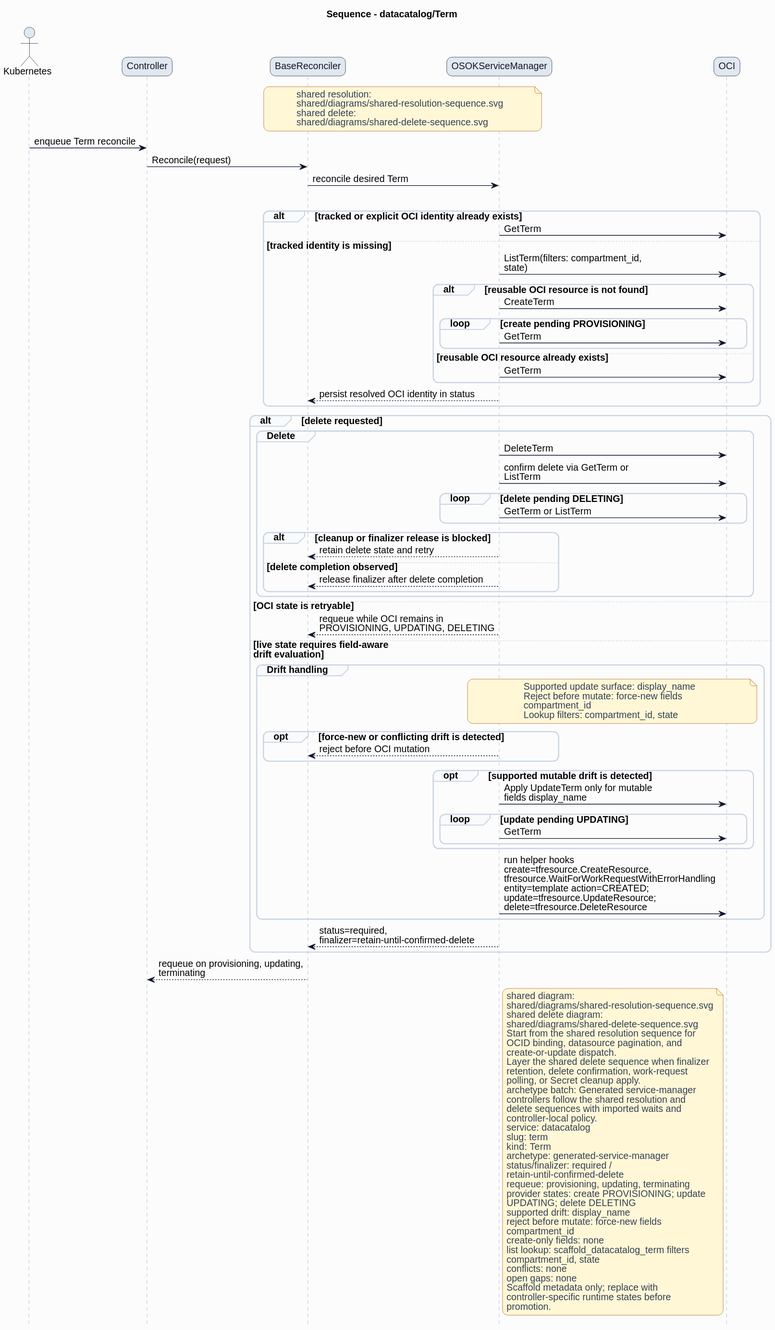
Before: formal/controllers/datacatalog/term/diagrams/sequence.svg, a diagram exported from PlantUML (HaoyL666/oci-service-operator).
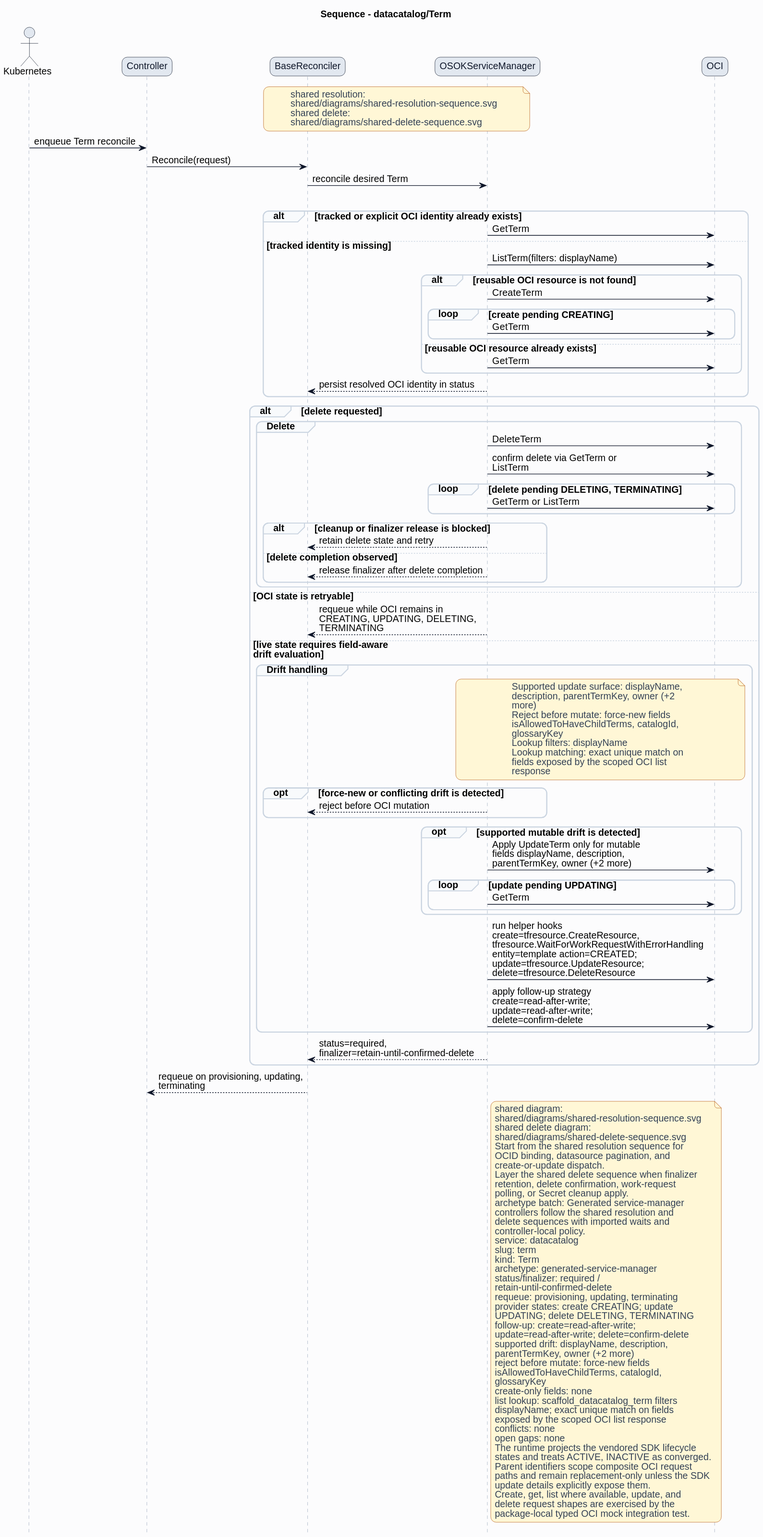
After the commit.

What changed in the source:
```diff
@@ -38,10 +38,10 @@
 alt tracked or explicit OCI identity already exists
 ServiceManager -> OCI: GetTerm
 else tracked identity is missing
-ServiceManager -> OCI: ListTerm(filters: compartment_id,\nstate)
+ServiceManager -> OCI: ListTerm(filters: displayName)
 alt reusable OCI resource is not found
 ServiceManager -> OCI: CreateTerm
-loop create pending PROVISIONING
+loop create pending CREATING
 ServiceManager -> OCI: GetTerm
 end
 else reusable OCI resource already exists
@@ -53,7 +53,7 @@
 group Delete
 ServiceManager -> OCI: DeleteTerm
 ServiceManager -> OCI: confirm delete via GetTerm or\nListTerm
-loop delete pending DELETING
+loop delete pending DELETING, TERMINATING
 ServiceManager -> OCI: GetTerm or ListTerm
 end
 alt cleanup or finalizer release is blocked
@@ -63,25 +63,32 @@
 end
 end
 else OCI state is retryable
-ServiceManager --> BaseReconciler: requeue while OCI remains in\nPROVISIONING, UPDATING, DELETING
+ServiceManager --> BaseReconciler: requeue while OCI remains in\nCREATING, UPDATING, DELETING,\nTERMINATING
 else live state requires field-aware\ndrift evaluation
 group Drift handling
 note over ServiceManager,OCI
-Supported update surface: display_name
+Supported update surface: displayName,
+description, parentTermKey, owner (+2
+more)
 Reject before mutate: force-new fields
-compartment_id
-Lookup filters: compartment_id, state
+isAllowedToHaveChildTerms, catalogId,
+glossaryKey
+Lookup filters: displayName
+Lookup matching: exact unique match on
+fields exposed by the scoped OCI list
+response
 end note
 opt force-new or conflicting drift is detected
 ServiceManager --> BaseReconciler: reject before OCI mutation
 end
 opt supported mutable drift is detected
-ServiceManager -> OCI: Apply UpdateTerm only for mutable\nfields display_name
+ServiceManager -> OCI: Apply UpdateTerm only for mutable\nfields displayName, description,\nparentTermKey, owner (+2 more)
 loop update pending UPDATING
 ServiceManager -> OCI: GetTerm
 end
 end
 ServiceManager -> OCI: run helper hooks\ncreate=tfresource.CreateResource,\ntfresource.WaitForWorkRequestWithErrorHandling\nentity=template action=CREATED;\nupdate=tfresource.UpdateResource;\ndelete=tfresource.DeleteResource
+ServiceManager -> OCI: apply follow-up strategy\ncreate=read-after-write;\nupdate=read-after-write;\ndelete=confirm-delete
 end
 ServiceManager --> BaseReconciler: status=required,\nfinalizer=retain-until-confirmed-delete
 end
@@ -108,18 +115,28 @@
 status/finalizer: required /
 retain-until-confirmed-delete
 requeue: provisioning, updating, terminating
-provider states: create PROVISIONING; update
-UPDATING; delete DELETING
-supported drift: display_name
+provider states: create CREATING; update
+UPDATING; delete DELETING, TERMINATING
+follow-up: create=read-after-write;
+update=read-after-write; delete=confirm-delete
+supported drift: displayName, description,
+parentTermKey, owner (+2 more)
 reject before mutate: force-new fields
-compartment_id
+isAllowedToHaveChildTerms, catalogId,
+glossaryKey
 create-only fields: none
 list lookup: scaffold_datacatalog_term filters
-compartment_id, state
+displayName; exact unique match on fields
+exposed by the scoped OCI list response
 conflicts: none
 open gaps: none
-Scaffold metadata only; replace with
-controller-specific runtime states before
-promotion.
+The runtime projects the vendored SDK lifecycle
+states and treats ACTIVE, INACTIVE as converged.
+Parent identifiers scope composite OCI request
+paths and remain replacement-only unless the SDK
+update details explicitly expose them.
+Create, get, list where available, update, and
+delete request shapes are exercised by the
+package-local typed OCI mock integration test.
 end note
 @enduml
```
